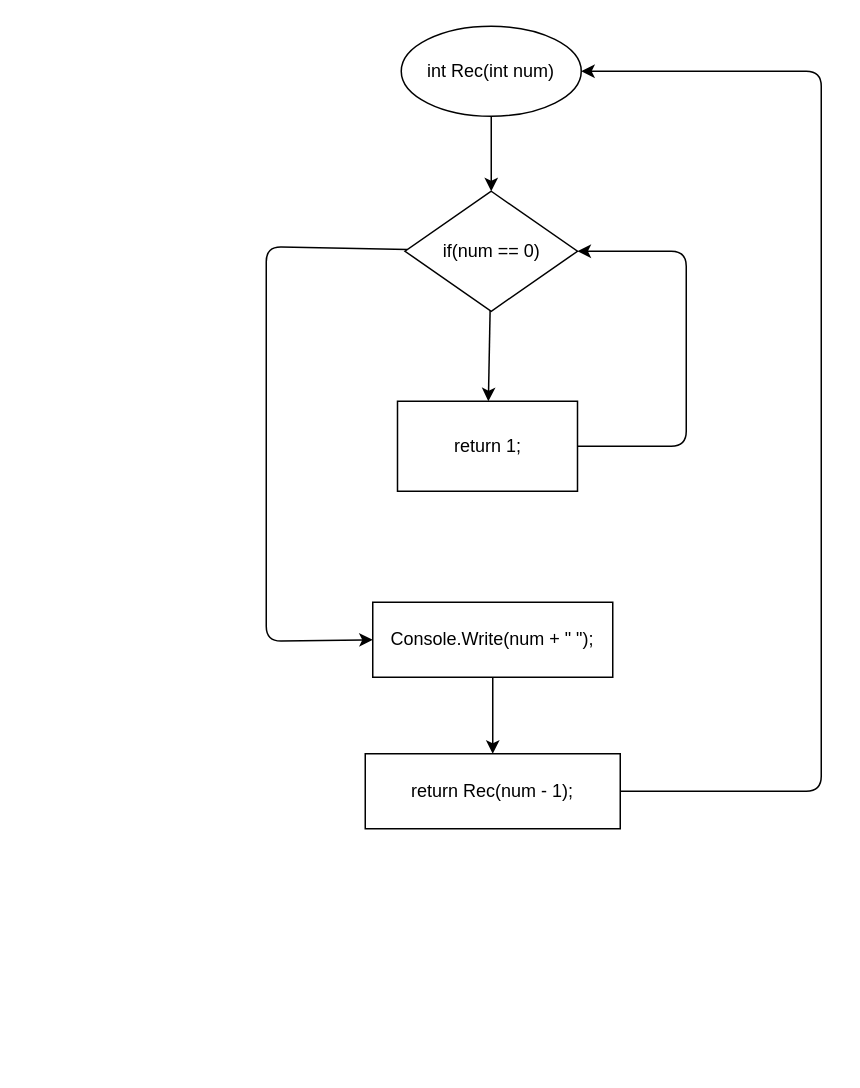
Fostix/HelloCodeMy keeps this draw.io diagram as page "Page-1" (1 of 2) of task66showNaturalNumber/flowchart.drawio. Above is the earlier version. Source tidied: cells renumbered, new cells numbered last; positions are measured from the earlier drawing's top-left corner, leaving out a move shared by most shapes. Both pictures are drawn from the tidied source at 150%, with x=0, y=0 at pixel (266, 26).
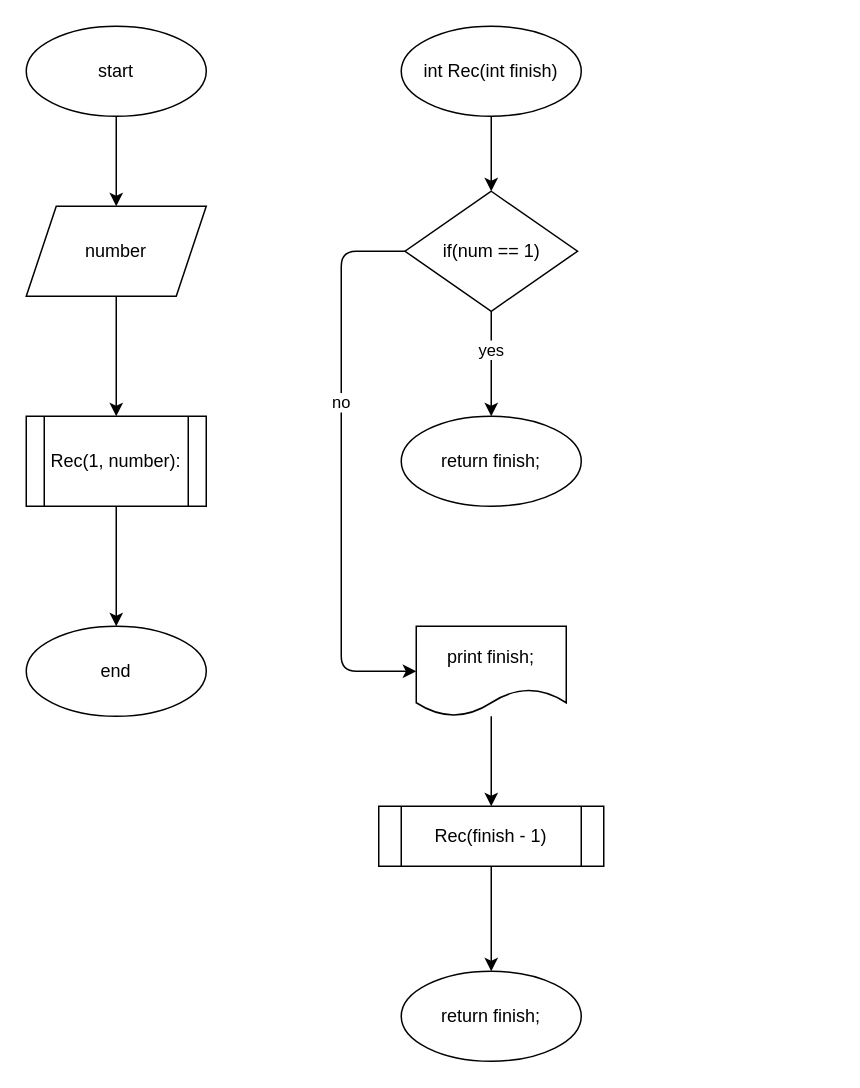
After the change.

The edit, as a diff of the source:
```diff
@@
-    <mxCell id="3" value="int Rec(int num)" style="ellipse;whiteSpace=wrap;html=1;" parent="1" vertex="1">
+    <mxCell id="3" value="int Rec(int finish)" style="ellipse;whiteSpace=wrap;html=1;" parent="1" vertex="1">
       <mxGeometry x="90" width="120" height="60" as="geometry" />
     </mxCell>
-    <mxCell id="4" style="edgeStyle=none;html=1;" parent="1" edge="1" source="6" target="8">
-      <mxGeometry relative="1" as="geometry" />
-    </mxCell>
-    <mxCell id="5" style="edgeStyle=none;html=1;entryX=0;entryY=0.5;entryDx=0;entryDy=0;" parent="1" edge="1" source="6" target="12">
-      <mxGeometry relative="1" as="geometry">
-        <Array as="points">
-          <mxPoint y="147" />
-          <mxPoint y="410" />
-        </Array>
-      </mxGeometry>
-    </mxCell>
+    <mxCell id="13" style="edgeStyle=none;html=1;" parent="1" edge="1" source="6" target="17">
+      <mxGeometry relative="1" as="geometry" />
+    </mxCell>
+    <mxCell id="14" value="yes" style="edgeLabel;html=1;align=center;verticalAlign=middle;" parent="13" vertex="1">
+      <mxGeometry x="-0.29" y="-1" relative="1" as="geometry" />
+    </mxCell>
+    <mxCell id="15" style="edgeStyle=none;html=1;entryX=0;entryY=0.5;entryDx=0;entryDy=0;" parent="1" edge="1" source="6" target="21">
+      <mxGeometry relative="1" as="geometry">
+        <Array as="points">
+          <mxPoint x="50" y="150" />
+          <mxPoint x="50" y="430" />
+        </Array>
+      </mxGeometry>
+    </mxCell>
+    <mxCell id="16" value="no" style="edgeLabel;html=1;align=center;verticalAlign=middle;" parent="15" vertex="1">
+      <mxGeometry x="-0.23" y="-1" relative="1" as="geometry" />
+    </mxCell>
-    <mxCell id="6" value="if(num == 0)" style="rhombus;whiteSpace=wrap;html=1;" parent="1" vertex="1">
+    <mxCell id="6" value="if(num == 1)" style="rhombus;whiteSpace=wrap;html=1;" parent="1" vertex="1">
       <mxGeometry x="92.5" y="110" width="115" height="80" as="geometry" />
     </mxCell>
-    <mxCell id="7" style="edgeStyle=none;html=1;entryX=1;entryY=0.5;entryDx=0;entryDy=0;" parent="1" edge="1" source="8" target="6">
-      <mxGeometry relative="1" as="geometry">
-        <Array as="points">
-          <mxPoint x="280" y="280" />
-          <mxPoint x="280" y="150" />
-        </Array>
-      </mxGeometry>
-    </mxCell>
-    <mxCell id="8" value="return 1;" style="whiteSpace=wrap;html=1;" parent="1" vertex="1">
-      <mxGeometry x="87.5" y="250" width="120" height="60" as="geometry" />
-    </mxCell>
-    <mxCell id="9" style="edgeStyle=none;html=1;entryX=1;entryY=0.5;entryDx=0;entryDy=0;" parent="1" edge="1" source="10" target="3">
-      <mxGeometry relative="1" as="geometry">
-        <Array as="points">
-          <mxPoint x="370" y="510" />
-          <mxPoint x="370" y="30" />
-        </Array>
-      </mxGeometry>
-    </mxCell>
-    <mxCell id="10" value="return Rec(num - 1);" style="whiteSpace=wrap;html=1;" parent="1" vertex="1">
-      <mxGeometry x="66" y="485" width="170" height="50" as="geometry" />
-    </mxCell>
-    <mxCell id="11" style="edgeStyle=none;html=1;entryX=0.5;entryY=0;entryDx=0;entryDy=0;" parent="1" edge="1" source="12" target="10">
-      <mxGeometry relative="1" as="geometry" />
-    </mxCell>
-    <mxCell id="12" value="Console.Write(num + &quot; &quot;);" style="whiteSpace=wrap;html=1;" parent="1" vertex="1">
-      <mxGeometry x="71" y="384" width="160" height="50" as="geometry" />
-    </mxCell>
+    <mxCell id="17" value="return finish;" style="ellipse;whiteSpace=wrap;html=1;" parent="1" vertex="1">
+      <mxGeometry x="90" y="260" width="120" height="60" as="geometry" />
+    </mxCell>
+    <mxCell id="18" style="edgeStyle=none;html=1;" parent="1" edge="1" source="19" target="22">
+      <mxGeometry relative="1" as="geometry" />
+    </mxCell>
+    <mxCell id="19" value="Rec(finish - 1)" style="shape=process;whiteSpace=wrap;html=1;backgroundOutline=1;" parent="1" vertex="1">
+      <mxGeometry x="75" y="520" width="150" height="40" as="geometry" />
+    </mxCell>
+    <mxCell id="20" style="edgeStyle=none;html=1;entryX=0.5;entryY=0;entryDx=0;entryDy=0;" parent="1" edge="1" source="21" target="19">
+      <mxGeometry relative="1" as="geometry" />
+    </mxCell>
+    <mxCell id="21" value="print finish;" style="shape=document;whiteSpace=wrap;html=1;boundedLbl=1;" parent="1" vertex="1">
+      <mxGeometry x="100" y="400" width="100" height="60" as="geometry" />
+    </mxCell>
+    <mxCell id="22" value="return finish;" style="ellipse;whiteSpace=wrap;html=1;" parent="1" vertex="1">
+      <mxGeometry x="90" y="630" width="120" height="60" as="geometry" />
+    </mxCell>
+    <mxCell id="23" style="edgeStyle=none;html=1;" parent="1" edge="1" source="24" target="26">
+      <mxGeometry relative="1" as="geometry" />
+    </mxCell>
+    <mxCell id="24" value="start" style="ellipse;whiteSpace=wrap;html=1;" parent="1" vertex="1">
+      <mxGeometry x="-160" width="120" height="60" as="geometry" />
+    </mxCell>
+    <mxCell id="25" style="edgeStyle=none;html=1;" parent="1" edge="1" source="26" target="28">
+      <mxGeometry relative="1" as="geometry" />
+    </mxCell>
+    <mxCell id="26" value="number" style="shape=parallelogram;perimeter=parallelogramPerimeter;whiteSpace=wrap;html=1;fixedSize=1;" parent="1" vertex="1">
+      <mxGeometry x="-160" y="120" width="120" height="60" as="geometry" />
+    </mxCell>
+    <mxCell id="27" style="edgeStyle=none;html=1;" parent="1" edge="1" source="28" target="29">
+      <mxGeometry relative="1" as="geometry" />
+    </mxCell>
+    <mxCell id="28" value="Rec(1, number):" style="shape=process;whiteSpace=wrap;html=1;backgroundOutline=1;" parent="1" vertex="1">
+      <mxGeometry x="-160" y="260" width="120" height="60" as="geometry" />
+    </mxCell>
+    <mxCell id="29" value="end" style="ellipse;whiteSpace=wrap;html=1;" parent="1" vertex="1">
+      <mxGeometry x="-160" y="400" width="120" height="60" as="geometry" />
+    </mxCell>
```
